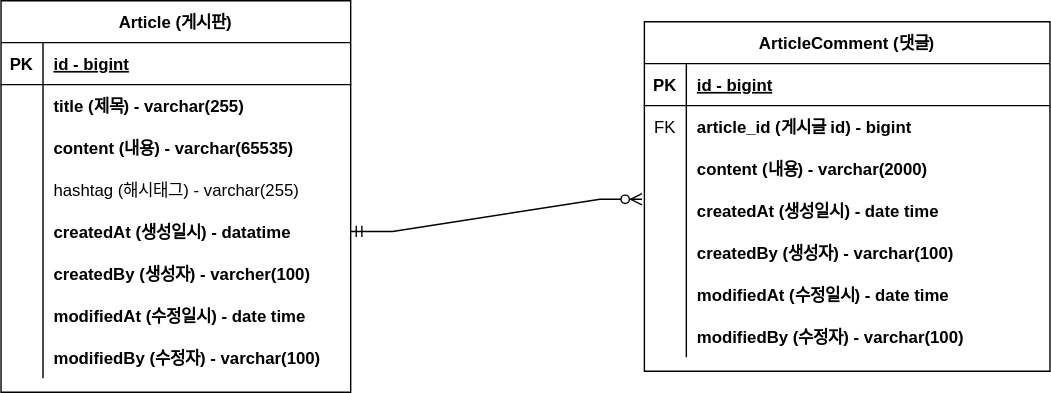
songjeonghyun11/java_project_board keeps this draw.io diagram as document/project-board-erd.svg. Above is the earlier version. Source tidied: cells renumbered, new cells last; positions are measured from the earlier drawing's top-left corner, leaving out a move shared by most shapes.
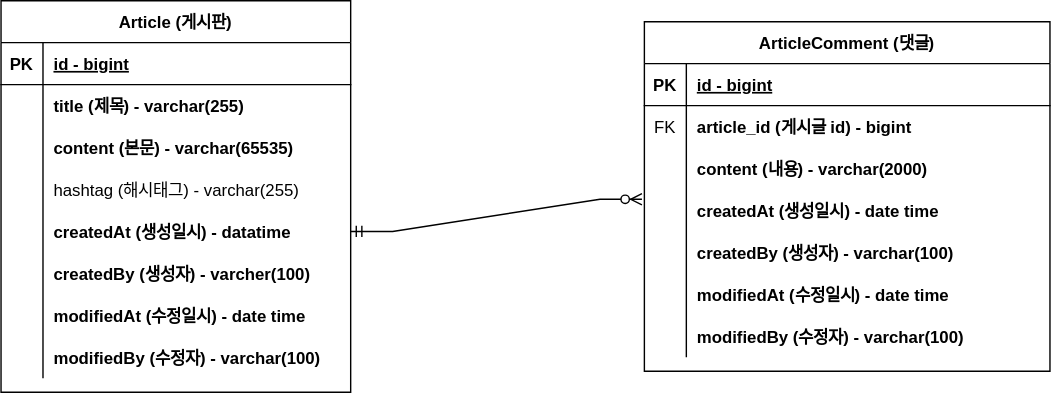
After the change.

Commit message:
#8 - ERD 내용 수정: project-board-erd.svg 업데이트

Change to the diagram source:
```diff
@@ -29,7 +29,7 @@
     <mxCell id="10" style="shape=partialRectangle;fillColor=none;top=0;left=0;bottom=0;right=0;overflow=hidden;" parent="9" vertex="1">
       <mxGeometry width="30" height="30" as="geometry" />
     </mxCell>
-    <mxCell id="11" value="content (내용) - varchar(65535)" style="shape=partialRectangle;fillColor=none;top=0;left=0;bottom=0;right=0;align=left;spacingLeft=6;overflow=hidden;fontStyle=1;" parent="9" vertex="1">
+    <mxCell id="11" value="content (본문) - varchar(65535)" style="shape=partialRectangle;fillColor=none;top=0;left=0;bottom=0;right=0;align=left;spacingLeft=6;overflow=hidden;fontStyle=1;" parent="9" vertex="1">
       <mxGeometry x="30" width="220" height="30" as="geometry" />
     </mxCell>
     <mxCell id="12" style="shape=tableRow;horizontal=0;startSize=0;swimlaneHead=0;swimlaneBody=0;fillColor=none;top=0;left=0;right=0;bottom=0;" parent="2" vertex="1">
```
